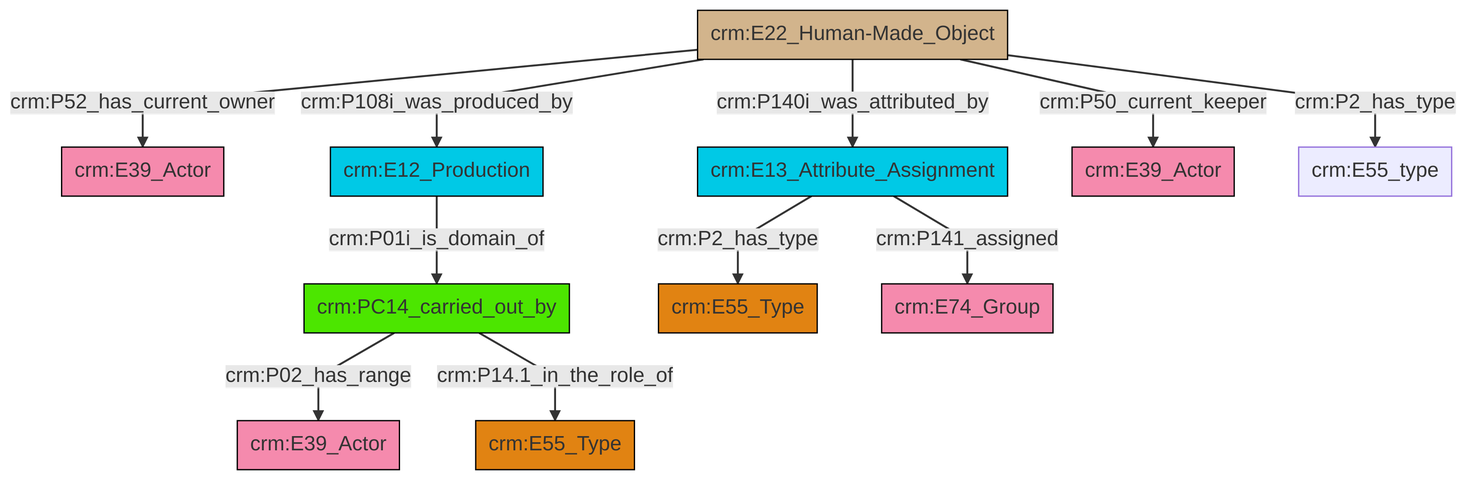
Above: et/artworkCSV/ttl/mmd/png/Artwork_Actor_Relations.png in swiss-art-research-net/reference-data-models (Mermaid), before the change. Its source is kept beside it as et/artworkCSV/ttl/mmd/Artwork_Actor_Relations.ttl.mmd.
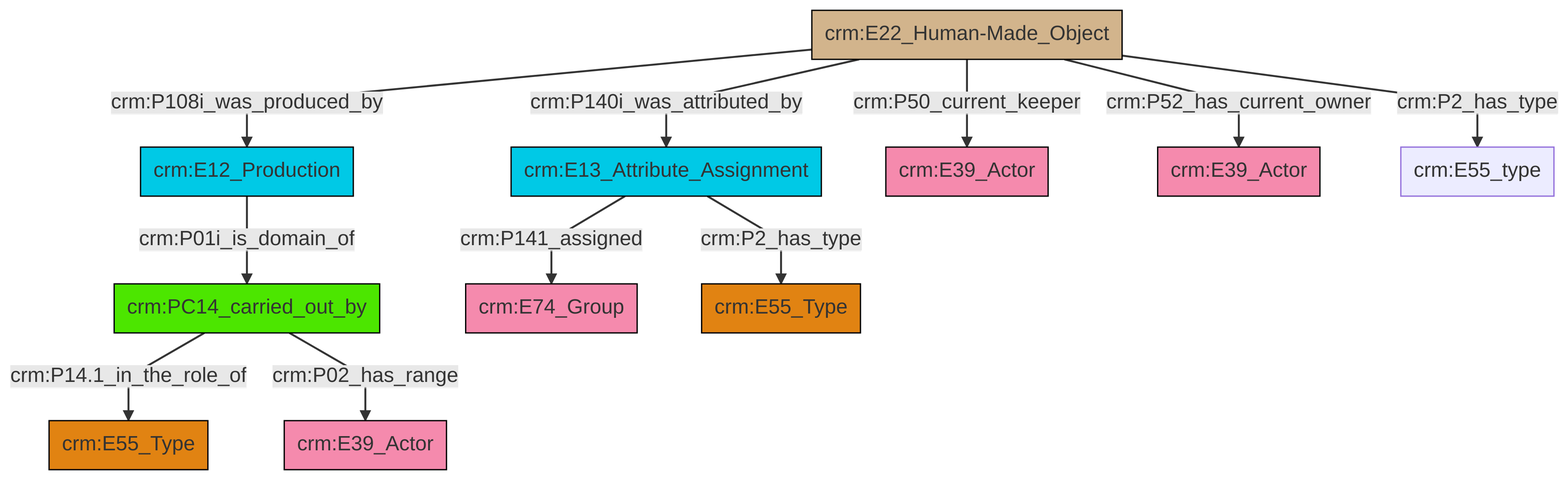
Later version of the same file.

What changed in the source:
```diff
@@ -13,13 +13,13 @@
 classDef PC_Classes fill:#4ce600, stroke:#000000;
 classDef Multi fill:#cccccc,stroke:#000000;
 
-2["crm:PC14_carried_out_by"]:::PC_Classes -->|crm:P02_has_range| 0["crm:E39_Actor"]:::Actor
-3["crm:E22_Human-Made_Object"]:::Physical_Thing -->|crm:P52_has_current_owner| 4["crm:E39_Actor"]:::Actor
-2["crm:PC14_carried_out_by"]:::PC_Classes -->|crm:P14.1_in_the_role_of| 5["crm:E55_Type"]:::Type
-3["crm:E22_Human-Made_Object"]:::Physical_Thing -->|crm:P108i_was_produced_by| 6["crm:E12_Production"]:::Temporal_Entity
-3["crm:E22_Human-Made_Object"]:::Physical_Thing -->|crm:P140i_was_attributed_by| 7["crm:E13_Attribute_Assignment"]:::Temporal_Entity
-6["crm:E12_Production"]:::Temporal_Entity -->|crm:P01i_is_domain_of| 2["crm:PC14_carried_out_by"]:::PC_Classes
-7["crm:E13_Attribute_Assignment"]:::Temporal_Entity -->|crm:P2_has_type| 10["crm:E55_Type"]:::Type
-7["crm:E13_Attribute_Assignment"]:::Temporal_Entity -->|crm:P141_assigned| 13["crm:E74_Group"]:::Actor
-3["crm:E22_Human-Made_Object"]:::Physical_Thing -->|crm:P50_current_keeper| 8["crm:E39_Actor"]:::Actor
-3["crm:E22_Human-Made_Object"]:::Physical_Thing -->|crm:P2_has_type| 17["crm:E55_type"]:::Default
+0["crm:E22_Human-Made_Object"]:::Physical_Thing -->|crm:P108i_was_produced_by| 1["crm:E12_Production"]:::Temporal_Entity
+0["crm:E22_Human-Made_Object"]:::Physical_Thing -->|crm:P140i_was_attributed_by| 4["crm:E13_Attribute_Assignment"]:::Temporal_Entity
+0["crm:E22_Human-Made_Object"]:::Physical_Thing -->|crm:P50_current_keeper| 5["crm:E39_Actor"]:::Actor
+0["crm:E22_Human-Made_Object"]:::Physical_Thing -->|crm:P52_has_current_owner| 8["crm:E39_Actor"]:::Actor
+6["crm:PC14_carried_out_by"]:::PC_Classes -->|crm:P14.1_in_the_role_of| 9["crm:E55_Type"]:::Type
+1["crm:E12_Production"]:::Temporal_Entity -->|crm:P01i_is_domain_of| 6["crm:PC14_carried_out_by"]:::PC_Classes
+6["crm:PC14_carried_out_by"]:::PC_Classes -->|crm:P02_has_range| 11["crm:E39_Actor"]:::Actor
+4["crm:E13_Attribute_Assignment"]:::Temporal_Entity -->|crm:P141_assigned| 12["crm:E74_Group"]:::Actor
+0["crm:E22_Human-Made_Object"]:::Physical_Thing -->|crm:P2_has_type| 13["crm:E55_type"]:::Default
+4["crm:E13_Attribute_Assignment"]:::Temporal_Entity -->|crm:P2_has_type| 2["crm:E55_Type"]:::Type
```
